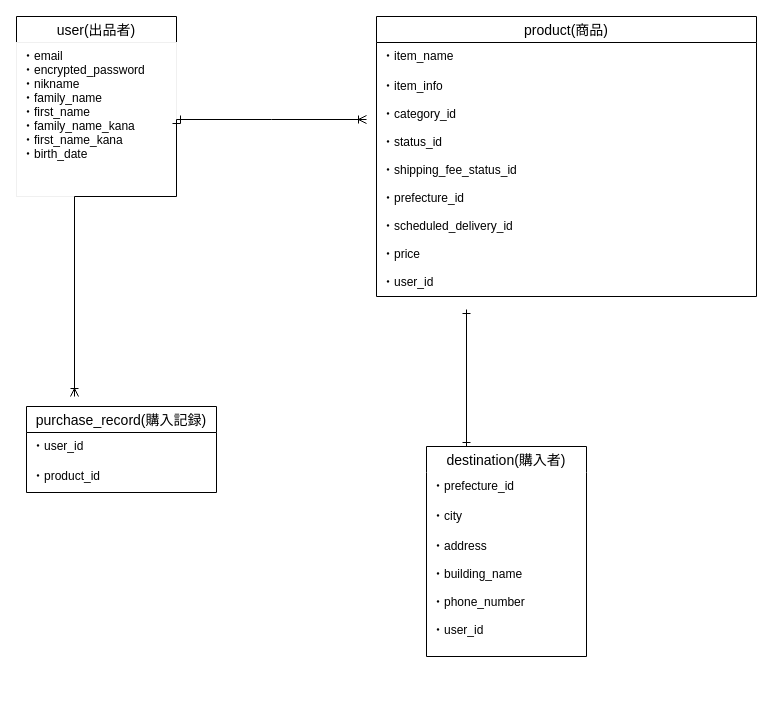
The draw.io diagram ER図.dio in Libeka/furima-34260, before the edit. Source tidied: cells renumbered, new cells numbered last; positions are measured from the earlier drawing's top-left corner, leaving out a move shared by most shapes. Both pictures are drawn from the tidied source at 100%, with x=0, y=0 at pixel (16, 16).
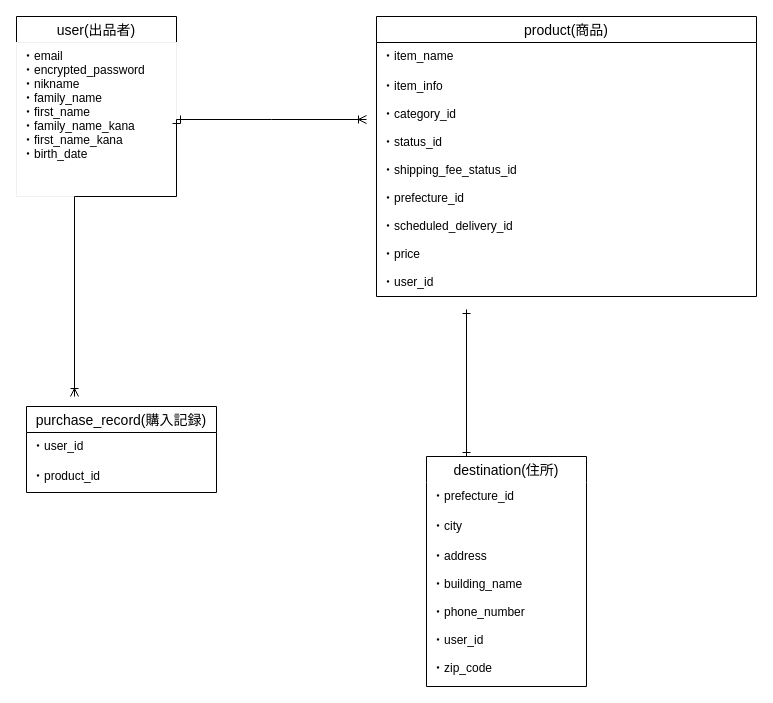
After the change.

Diff of the diagram source:
```diff
@@
-    <mxCell id="8" value="destination(購入者)" style="swimlane;fontStyle=0;horizontal=1;startSize=26;align=center;fontSize=14;swimlaneLine=0;" parent="1" vertex="1">
-      <mxGeometry x="410" y="430" width="160" height="210" as="geometry" />
+    <mxCell id="8" value="destination(住所)" style="swimlane;fontStyle=0;horizontal=1;startSize=26;align=center;fontSize=14;swimlaneLine=0;" parent="1" vertex="1">
+      <mxGeometry x="410" y="440" width="160" height="230" as="geometry" />
     </mxCell>
@@
-    <mxCell id="11" value="・address&#10;&#10;・building_name&#10;&#10;・phone_number&#10;&#10;・user_id" style="text;strokeColor=none;fillColor=none;spacingLeft=4;spacingRight=4;overflow=hidden;fontSize=12;" parent="8" vertex="1">
-      <mxGeometry y="86" width="160" height="124" as="geometry" />
+    <mxCell id="11" value="・address&#10;&#10;・building_name&#10;&#10;・phone_number&#10;&#10;・user_id&#10;&#10;・zip_code&#10;" style="text;strokeColor=none;fillColor=none;spacingLeft=4;spacingRight=4;overflow=hidden;fontSize=12;" parent="8" vertex="1">
+      <mxGeometry y="86" width="160" height="144" as="geometry" />
     </mxCell>
```
